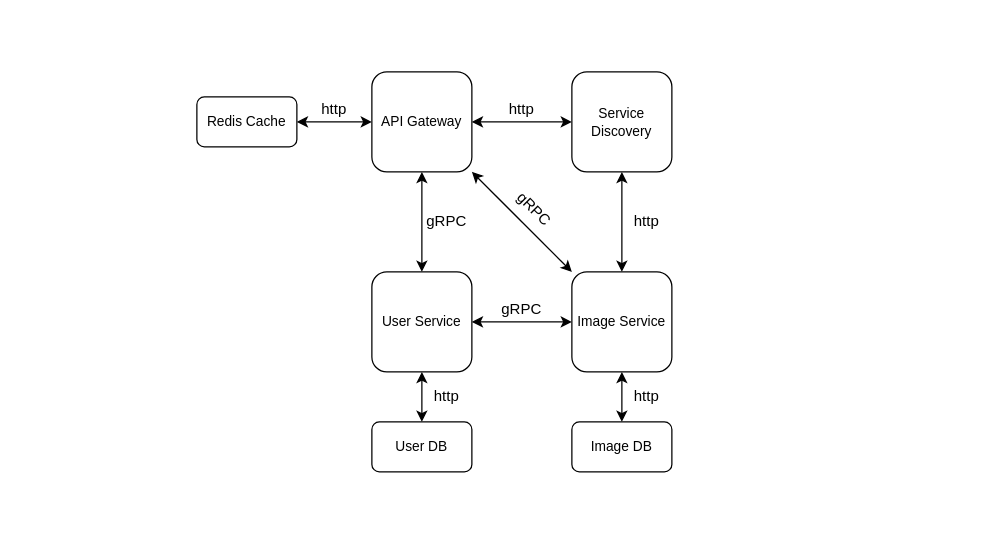
This is local/diagrams/PAD_LAB_1.drawio from StefanB0/PAD, a draw.io file, before an edit. Source tidied: cells renumbered, new cells numbered last; positions are measured from the earlier drawing's top-left corner, leaving out a move shared by most shapes. Both pictures are drawn from the tidied source at 125%, with x=0, y=0 at pixel (21, 21).
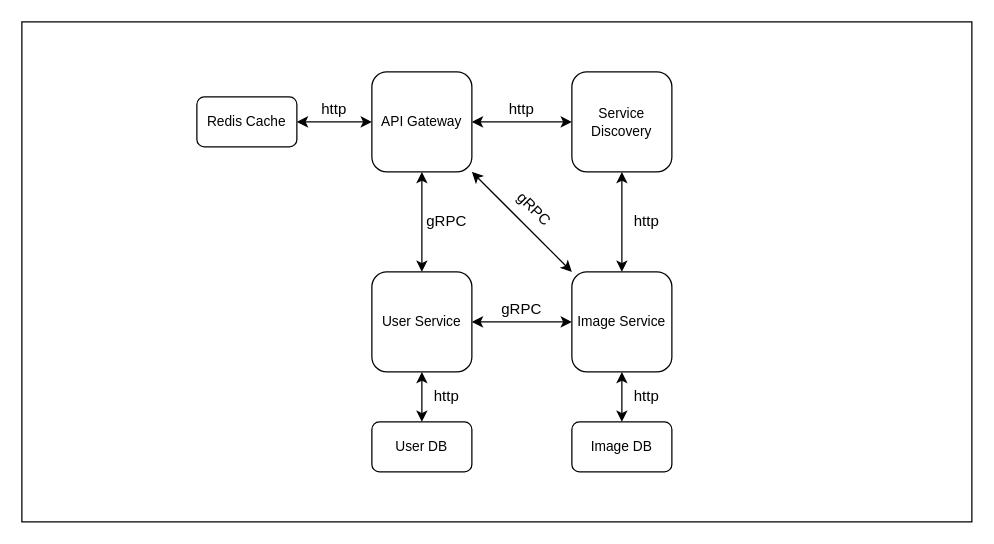
Above is the later version.

What changed in the source:
```diff
@@
-    <mxCell id="25" style="rounded=0;whiteSpace=wrap;html=1;fillColor=none;strokeColor=none;" parent="1" vertex="1">
+    <mxCell id="25" style="rounded=0;whiteSpace=wrap;html=1;fillColor=none;strokeColor=default;" parent="1" vertex="1">
       <mxGeometry width="760" height="400" as="geometry" />
     </mxCell>
```
